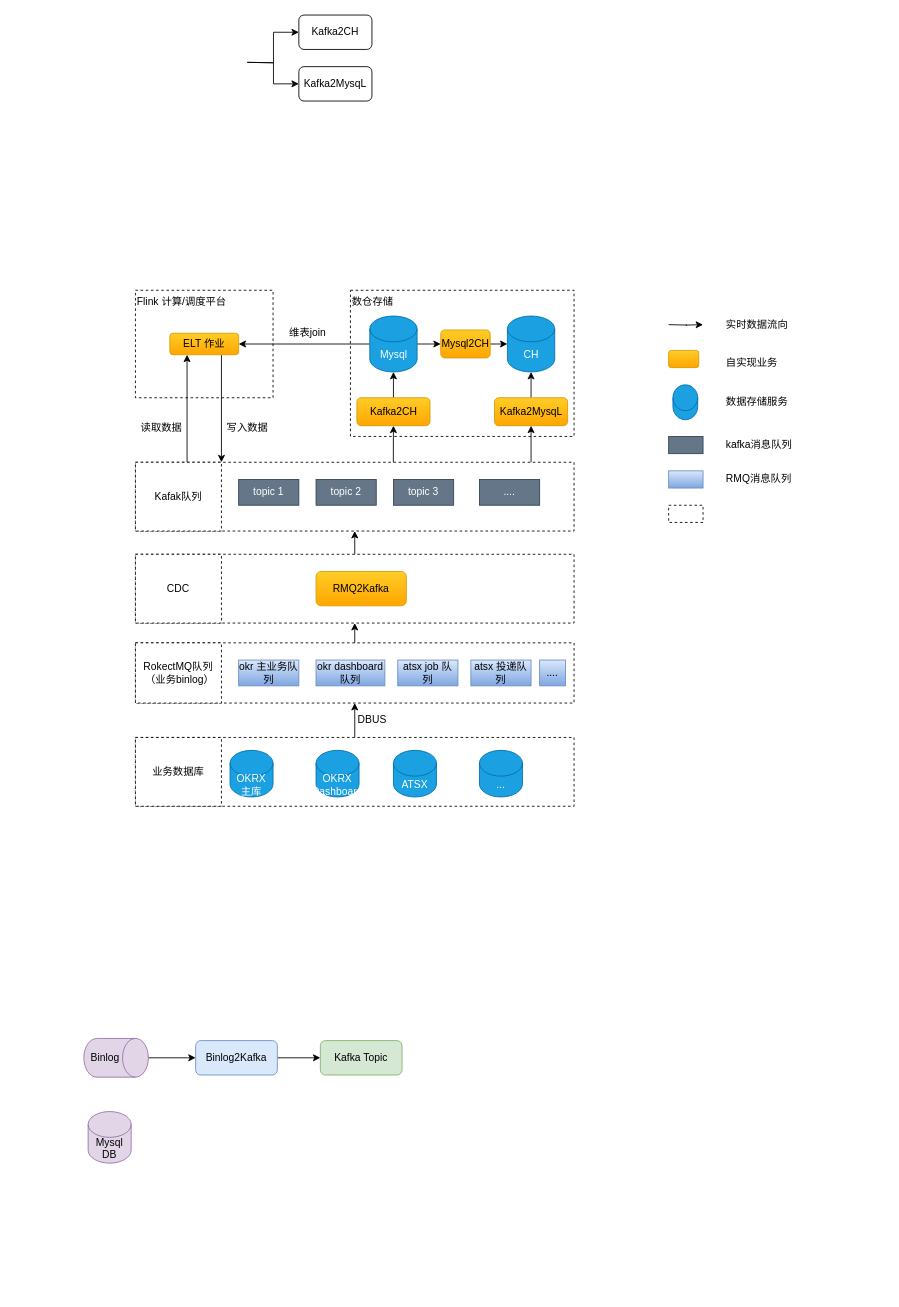
Earlier version of the draw.io diagram okrx/Untitled Diagram.drawio (cicelprg/drawio). Source tidied: cells renumbered, new cells numbered last; positions are measured from the earlier drawing's top-left corner, leaving out a move shared by most shapes. Both pictures are drawn from the tidied source at 86%, with x=0, y=0 at pixel (83, 15).
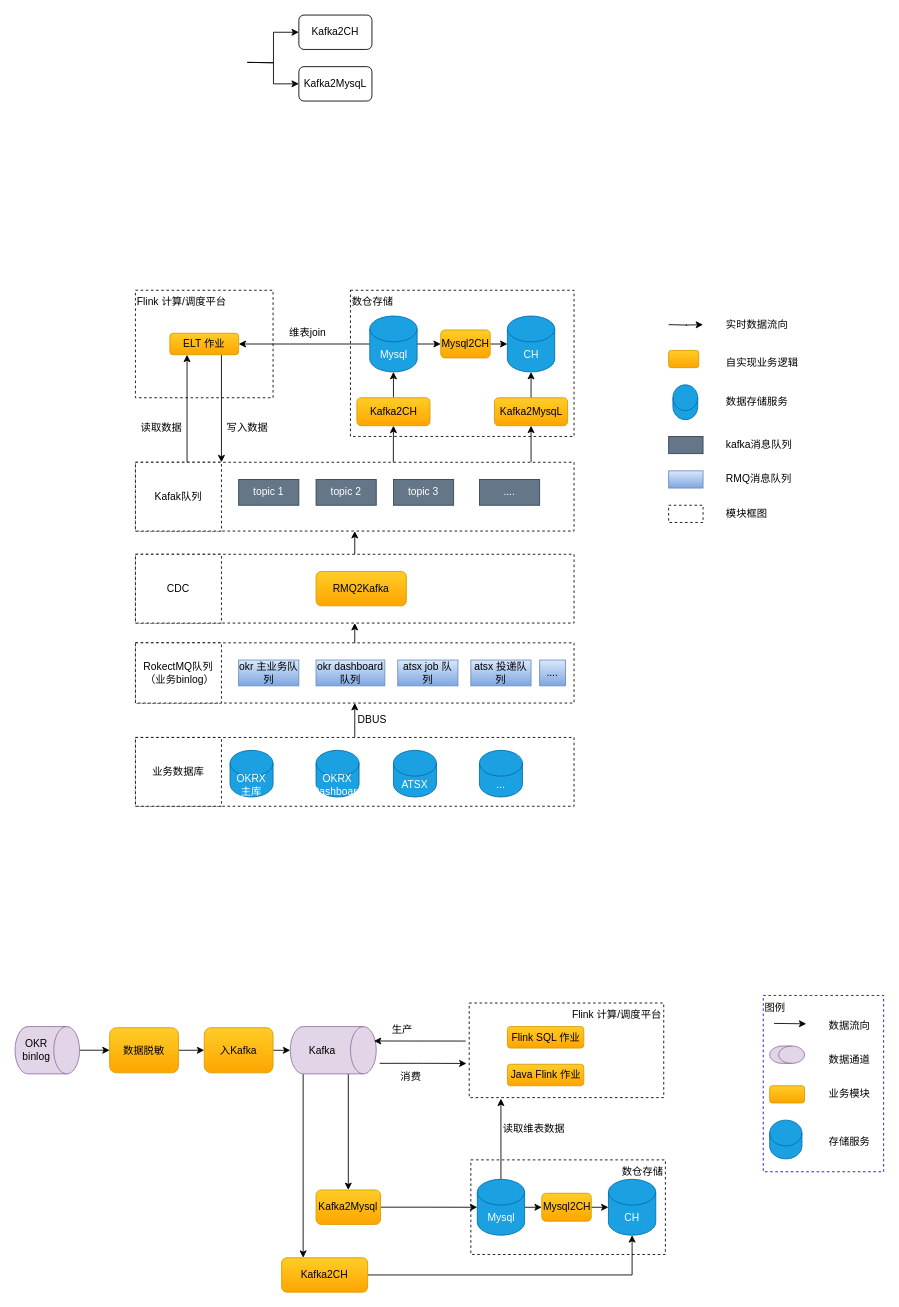
The same page after the edit.

The edit, as a diff of the source:
```diff
@@
-    <mxCell id="48" style="edgeStyle=orthogonalEdgeStyle;rounded=0;jettySize=auto;html=1;exitX=0.5;exitY=0;exitDx=0;exitDy=0;exitPerimeter=0;entryX=0;entryY=0.5;entryDx=0;entryDy=0;strokeWidth=1;" parent="1" edge="1" source="49" target="52">
-      <mxGeometry relative="1" as="geometry" />
-    </mxCell>
-    <mxCell id="49" value="Binlog" style="shape=cylinder3;whiteSpace=wrap;html=1;boundedLbl=1;backgroundOutline=1;size=15;strokeColor=#9673a6;strokeWidth=1;fillColor=#e1d5e7;align=center;direction=south;" parent="1" vertex="1">
-      <mxGeometry y="1190" width="75" height="45" as="geometry" />
-    </mxCell>
-    <mxCell id="50" value="Mysql DB" style="shape=cylinder3;whiteSpace=wrap;html=1;boundedLbl=1;backgroundOutline=1;size=15;strokeColor=#9673a6;strokeWidth=1;fillColor=#e1d5e7;align=center;direction=east;" parent="1" vertex="1">
-      <mxGeometry x="5" y="1275" width="50" height="60" as="geometry" />
-    </mxCell>
-    <mxCell id="51" style="edgeStyle=orthogonalEdgeStyle;rounded=0;jettySize=auto;html=1;exitX=1;exitY=0.5;exitDx=0;exitDy=0;entryX=0;entryY=0.5;entryDx=0;entryDy=0;strokeWidth=1;" parent="1" edge="1" source="52" target="53">
-      <mxGeometry relative="1" as="geometry" />
-    </mxCell>
-    <mxCell id="52" value="Binlog2Kafka" style="rounded=1;whiteSpace=wrap;html=1;strokeWidth=1;fillColor=#dae8fc;align=center;strokeColor=#6c8ebf;" parent="1" vertex="1">
-      <mxGeometry x="130" y="1192.5" width="95" height="40" as="geometry" />
-    </mxCell>
-    <mxCell id="53" value="Kafka Topic" style="rounded=1;whiteSpace=wrap;html=1;strokeWidth=1;fillColor=#d5e8d4;align=center;strokeColor=#82b366;" parent="1" vertex="1">
-      <mxGeometry x="275" y="1192.5" width="95" height="40" as="geometry" />
-    </mxCell>
@@
-    <mxCell id="61" value="自实现业务" style="text;html=1;align=left;verticalAlign=middle;" parent="1" vertex="1">
-      <mxGeometry x="745" y="395" width="80" height="20" as="geometry" />
+    <mxCell id="61" value="自实现业务逻辑" style="text;html=1;align=left;verticalAlign=middle;" parent="1" vertex="1">
+      <mxGeometry x="745" y="395" width="100" height="20" as="geometry" />
     </mxCell>
@@
+    <mxCell id="69" value="模块框图" style="text;html=1;align=left;verticalAlign=middle;" parent="1" vertex="1">
+      <mxGeometry x="745" y="570" width="60" height="20" as="geometry" />
+    </mxCell>
+    <mxCell id="70" style="edgeStyle=orthogonalEdgeStyle;rounded=0;jettySize=auto;html=1;exitX=1;exitY=0.5;exitDx=0;exitDy=0;exitPerimeter=0;strokeWidth=1;" parent="1" edge="1" source="72">
+      <mxGeometry relative="1" as="geometry">
+        <mxPoint x="532.5" y="1386.2" as="targetPoint" />
+      </mxGeometry>
+    </mxCell>
+    <mxCell id="71" style="edgeStyle=orthogonalEdgeStyle;rounded=0;jettySize=auto;html=1;exitX=0.5;exitY=0;exitDx=0;exitDy=0;exitPerimeter=0;startArrow=none;startFill=0;endArrow=classic;endFill=1;strokeWidth=1;entryX=0.163;entryY=1.011;entryDx=0;entryDy=0;entryPerimeter=0;" parent="1" edge="1" source="72" target="104">
+      <mxGeometry relative="1" as="geometry" />
+    </mxCell>
+    <mxCell id="72" value="Mysql" style="shape=cylinder3;whiteSpace=wrap;html=1;boundedLbl=1;backgroundOutline=1;size=15;strokeWidth=1;fillColor=#1ba1e2;align=center;strokeColor=#006EAF;fontColor=#ffffff;" parent="1" vertex="1">
+      <mxGeometry x="457.5" y="1353.8" width="55" height="65" as="geometry" />
+    </mxCell>
+    <mxCell id="73" value="CH" style="shape=cylinder3;whiteSpace=wrap;html=1;boundedLbl=1;backgroundOutline=1;size=15;strokeWidth=1;fillColor=#1ba1e2;align=center;strokeColor=#006EAF;fontColor=#ffffff;" parent="1" vertex="1">
+      <mxGeometry x="610" y="1353.8" width="55" height="65" as="geometry" />
+    </mxCell>
+    <mxCell id="74" style="edgeStyle=orthogonalEdgeStyle;rounded=0;jettySize=auto;html=1;entryX=0;entryY=0.5;entryDx=0;entryDy=0;entryPerimeter=0;strokeWidth=1;" parent="1" edge="1" source="76" target="73">
+      <mxGeometry relative="1" as="geometry" />
+    </mxCell>
+    <mxCell id="75" value="数仓存储" style="rounded=0;whiteSpace=wrap;html=1;strokeWidth=1;fillColor=none;align=right;verticalAlign=top;dashed=1;" parent="1" vertex="1">
+      <mxGeometry x="450" y="1331.2" width="226.2" height="110" as="geometry" />
+    </mxCell>
+    <mxCell id="76" value="Mysql2CH" style="rounded=1;whiteSpace=wrap;html=1;strokeWidth=1;fillColor=#ffcd28;align=center;strokeColor=#d79b00;gradientColor=#ffa500;" parent="1" vertex="1">
+      <mxGeometry x="532.5" y="1370" width="57.5" height="32.5" as="geometry" />
+    </mxCell>
+    <mxCell id="77" style="edgeStyle=orthogonalEdgeStyle;rounded=0;jettySize=auto;html=1;exitX=1;exitY=0.5;exitDx=0;exitDy=0;startArrow=none;startFill=0;endArrow=classic;endFill=1;strokeWidth=1;" parent="1" edge="1" source="78" target="72">
+      <mxGeometry relative="1" as="geometry" />
+    </mxCell>
+    <mxCell id="78" value="Kafka2Mysql" style="rounded=1;whiteSpace=wrap;html=1;strokeWidth=1;fillColor=#ffcd28;align=center;strokeColor=#d79b00;gradientColor=#ffa500;" parent="1" vertex="1">
+      <mxGeometry x="270" y="1366.2" width="75" height="40" as="geometry" />
+    </mxCell>
+    <mxCell id="79" style="edgeStyle=orthogonalEdgeStyle;rounded=0;jettySize=auto;html=1;entryX=-0.014;entryY=0.639;entryDx=0;entryDy=0;startArrow=none;startFill=0;endArrow=classic;endFill=1;strokeWidth=1;exitX=0.777;exitY=-0.04;exitDx=0;exitDy=0;exitPerimeter=0;entryPerimeter=0;" parent="1" edge="1" source="82" target="104">
+      <mxGeometry relative="1" as="geometry" />
+    </mxCell>
+    <mxCell id="80" style="edgeStyle=orthogonalEdgeStyle;rounded=0;jettySize=auto;html=1;exitX=1;exitY=0;exitDx=0;exitDy=32.5;exitPerimeter=0;startArrow=none;startFill=0;endArrow=classic;endFill=1;strokeWidth=1;" parent="1" edge="1" source="82" target="78">
+      <mxGeometry relative="1" as="geometry" />
+    </mxCell>
+    <mxCell id="81" style="edgeStyle=orthogonalEdgeStyle;rounded=0;jettySize=auto;html=1;exitX=1;exitY=1;exitDx=0;exitDy=-15;exitPerimeter=0;entryX=0.25;entryY=0;entryDx=0;entryDy=0;startArrow=none;startFill=0;endArrow=classic;endFill=1;strokeWidth=1;" parent="1" edge="1" source="82" target="91">
+      <mxGeometry relative="1" as="geometry" />
+    </mxCell>
+    <mxCell id="82" value="Kafka" style="shape=cylinder3;whiteSpace=wrap;html=1;boundedLbl=1;backgroundOutline=1;size=15;strokeColor=#9673a6;strokeWidth=1;fillColor=#e1d5e7;align=center;direction=south;" parent="1" vertex="1">
+      <mxGeometry x="240" y="1176.2" width="100" height="55" as="geometry" />
+    </mxCell>
+    <mxCell id="83" style="edgeStyle=orthogonalEdgeStyle;rounded=0;jettySize=auto;html=1;exitX=-0.018;exitY=0.402;exitDx=0;exitDy=0;entryX=0.305;entryY=0.027;entryDx=0;entryDy=0;entryPerimeter=0;startArrow=none;startFill=0;endArrow=classic;endFill=1;strokeWidth=1;exitPerimeter=0;" parent="1" edge="1" source="104" target="82">
+      <mxGeometry relative="1" as="geometry" />
+    </mxCell>
+    <mxCell id="84" value="消费" style="text;html=1;align=center;verticalAlign=middle;" parent="1" vertex="1">
+      <mxGeometry x="360" y="1225" width="40" height="20" as="geometry" />
+    </mxCell>
+    <mxCell id="85" value="生产" style="text;html=1;align=center;verticalAlign=middle;" parent="1" vertex="1">
+      <mxGeometry x="350" y="1170" width="40" height="20" as="geometry" />
+    </mxCell>
+    <mxCell id="86" style="edgeStyle=orthogonalEdgeStyle;rounded=0;jettySize=auto;html=1;exitX=0.5;exitY=0;exitDx=0;exitDy=0;exitPerimeter=0;entryX=0;entryY=0.5;entryDx=0;entryDy=0;startArrow=none;startFill=0;endArrow=classic;endFill=1;strokeWidth=1;" parent="1" edge="1" source="87" target="89">
+      <mxGeometry relative="1" as="geometry" />
+    </mxCell>
+    <mxCell id="87" value="OKR binlog" style="shape=cylinder3;whiteSpace=wrap;html=1;boundedLbl=1;backgroundOutline=1;size=15;strokeColor=#9673a6;strokeWidth=1;fillColor=#e1d5e7;align=center;direction=south;" parent="1" vertex="1">
+      <mxGeometry x="-80" y="1176.2" width="75" height="55" as="geometry" />
+    </mxCell>
+    <mxCell id="88" style="edgeStyle=orthogonalEdgeStyle;rounded=0;jettySize=auto;html=1;exitX=1;exitY=0.5;exitDx=0;exitDy=0;entryX=0;entryY=0.5;entryDx=0;entryDy=0;startArrow=none;startFill=0;endArrow=classic;endFill=1;strokeWidth=1;" parent="1" edge="1" source="89" target="103">
+      <mxGeometry relative="1" as="geometry" />
+    </mxCell>
+    <mxCell id="89" value="数据脱敏" style="rounded=1;whiteSpace=wrap;html=1;strokeWidth=1;fillColor=#ffcd28;align=center;strokeColor=#d79b00;gradientColor=#ffa500;" parent="1" vertex="1">
+      <mxGeometry x="30" y="1177.5" width="80" height="52.5" as="geometry" />
+    </mxCell>
+    <mxCell id="90" style="edgeStyle=orthogonalEdgeStyle;rounded=0;jettySize=auto;html=1;exitX=1;exitY=0.5;exitDx=0;exitDy=0;startArrow=none;startFill=0;endArrow=classic;endFill=1;strokeWidth=1;entryX=0.5;entryY=1;entryDx=0;entryDy=0;entryPerimeter=0;" parent="1" edge="1" source="91" target="73">
+      <mxGeometry relative="1" as="geometry" />
+    </mxCell>
+    <mxCell id="91" value="Kafka2CH" style="rounded=1;whiteSpace=wrap;html=1;strokeWidth=1;fillColor=#ffcd28;align=center;strokeColor=#d79b00;gradientColor=#ffa500;" parent="1" vertex="1">
+      <mxGeometry x="230" y="1445" width="100" height="40" as="geometry" />
+    </mxCell>
+    <mxCell id="92" value="读取维表数据" style="text;html=1;align=center;verticalAlign=middle;" parent="1" vertex="1">
+      <mxGeometry x="477.5" y="1285" width="90" height="20" as="geometry" />
+    </mxCell>
+    <mxCell id="93" value="图例" style="rounded=0;whiteSpace=wrap;html=1;dashed=1;strokeColor=#0000FF;strokeWidth=1;fillColor=none;align=left;verticalAlign=top;" parent="1" vertex="1">
+      <mxGeometry x="790" y="1140" width="140" height="205" as="geometry" />
+    </mxCell>
+    <mxCell id="94" value="数据流向" style="text;html=1;align=center;verticalAlign=middle;" parent="1" vertex="1">
+      <mxGeometry x="860" y="1165" width="60" height="20" as="geometry" />
+    </mxCell>
+    <mxCell id="95" style="shape=cylinder3;whiteSpace=wrap;html=1;boundedLbl=1;backgroundOutline=1;size=15;strokeColor=#9673a6;strokeWidth=1;fillColor=#e1d5e7;align=center;direction=south;" parent="1" vertex="1">
+      <mxGeometry x="797.5" y="1198.8" width="40.5" height="20.2" as="geometry" />
+    </mxCell>
+    <mxCell id="96" value="数据通道" style="text;html=1;align=center;verticalAlign=middle;" parent="1" vertex="1">
+      <mxGeometry x="860" y="1205" width="60" height="20" as="geometry" />
+    </mxCell>
+    <mxCell id="97" style="endArrow=classic;html=1;strokeWidth=1;" parent="1" edge="1">
+      <mxGeometry relative="1" as="geometry">
+        <mxPoint x="802.5" y="1172.5" as="sourcePoint" />
+        <mxPoint x="840" y="1173" as="targetPoint" />
+      </mxGeometry>
+    </mxCell>
+    <mxCell id="98" style="rounded=1;whiteSpace=wrap;html=1;strokeWidth=1;fillColor=#ffcd28;align=center;strokeColor=#d79b00;gradientColor=#ffa500;" parent="1" vertex="1">
+      <mxGeometry x="797.5" y="1245" width="40.5" height="20" as="geometry" />
+    </mxCell>
+    <mxCell id="99" value="业务模块" style="text;html=1;align=center;verticalAlign=middle;" parent="1" vertex="1">
+      <mxGeometry x="860" y="1245" width="60" height="20" as="geometry" />
+    </mxCell>
+    <mxCell id="100" style="shape=cylinder3;whiteSpace=wrap;html=1;boundedLbl=1;backgroundOutline=1;size=15;strokeWidth=1;fillColor=#1ba1e2;align=center;strokeColor=#006EAF;fontColor=#ffffff;" parent="1" vertex="1">
+      <mxGeometry x="797.5" y="1285" width="37.5" height="45" as="geometry" />
+    </mxCell>
+    <mxCell id="101" value="存储服务" style="text;html=1;align=center;verticalAlign=middle;" parent="1" vertex="1">
+      <mxGeometry x="860" y="1300" width="60" height="20" as="geometry" />
+    </mxCell>
+    <mxCell id="102" style="edgeStyle=orthogonalEdgeStyle;rounded=0;jettySize=auto;html=1;exitX=1;exitY=0.5;exitDx=0;exitDy=0;entryX=0.5;entryY=1;entryDx=0;entryDy=0;entryPerimeter=0;startArrow=none;startFill=0;endArrow=classic;endFill=1;strokeWidth=1;" parent="1" edge="1" source="103" target="82">
+      <mxGeometry relative="1" as="geometry" />
+    </mxCell>
+    <mxCell id="103" value="入Kafka" style="rounded=1;whiteSpace=wrap;html=1;strokeWidth=1;fillColor=#ffcd28;align=center;strokeColor=#d79b00;gradientColor=#ffa500;" parent="1" vertex="1">
+      <mxGeometry x="140" y="1177.5" width="80" height="52.5" as="geometry" />
+    </mxCell>
+    <mxCell id="104" value="Flink 计算/调度平台" style="rounded=0;whiteSpace=wrap;html=1;strokeWidth=1;fillColor=none;align=right;verticalAlign=top;dashed=1;" parent="1" vertex="1">
+      <mxGeometry x="448.1" y="1148.8" width="226.2" height="110" as="geometry" />
+    </mxCell>
+    <mxCell id="105" value="Flink SQL 作业" style="rounded=1;whiteSpace=wrap;html=1;strokeWidth=1;fillColor=#ffcd28;align=center;strokeColor=#d79b00;gradientColor=#ffa500;" parent="1" vertex="1">
+      <mxGeometry x="492.5" y="1176.2" width="88.8" height="25" as="geometry" />
+    </mxCell>
+    <mxCell id="106" value="Java Flink 作业" style="rounded=1;whiteSpace=wrap;html=1;strokeWidth=1;fillColor=#ffcd28;align=center;strokeColor=#d79b00;gradientColor=#ffa500;" parent="1" vertex="1">
+      <mxGeometry x="492.5" y="1220" width="88.8" height="25" as="geometry" />
+    </mxCell>
```
